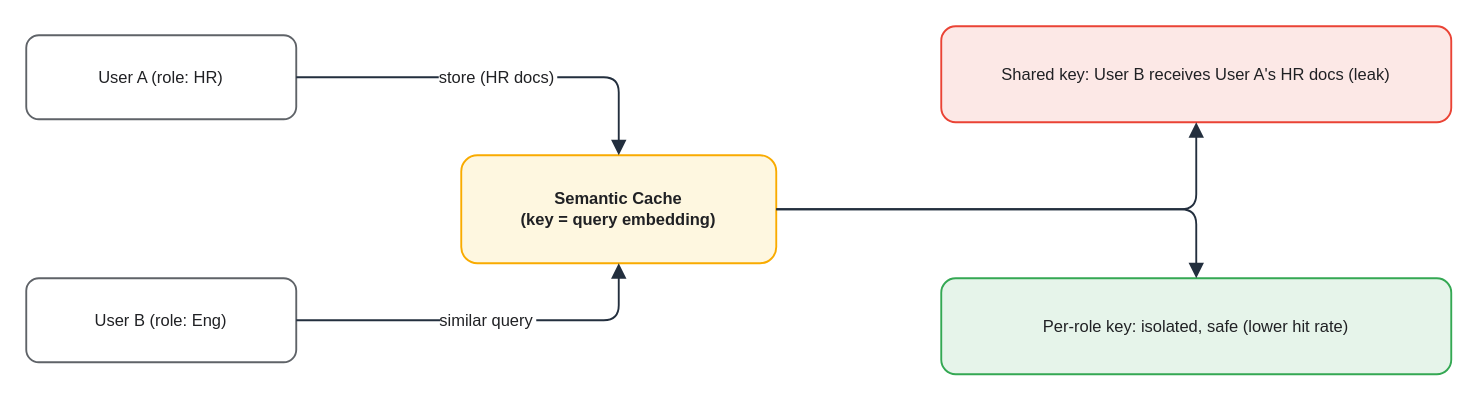
This is assets/img/ai/rag-05-cache-conflict.drawio from KKamJi98/kkamji98.github.io, a draw.io file, before an edit. Source tidied: cells renumbered, new cells numbered last; positions are measured from the earlier drawing's top-left corner, leaving out a move shared by most shapes. Both pictures are drawn from the tidied source at 150%, with x=0, y=0 at pixel (26, 26).
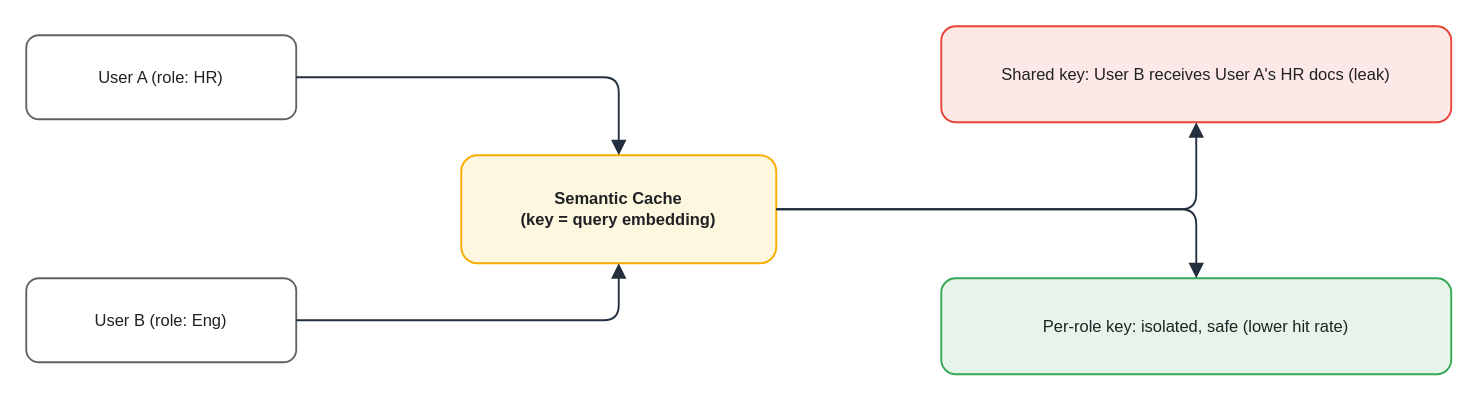
The same page after the edit.

Change to the diagram source:
```diff
@@
 <mxGraphModel background="#FFFFFF">
   <root>
     <mxCell id="0" />
     <mxCell id="1" parent="0" />
     <mxCell id="2" value="User A (role: HR)" style="rounded=1;whiteSpace=wrap;html=0;fillColor=#FFFFFF;strokeColor=#5F6368;shadow=0;fontSize=11;fontColor=#202124;strokeWidth=1.25;" parent="1" vertex="1">
       <mxGeometry y="6" width="180" height="56" as="geometry" />
     </mxCell>
     <mxCell id="3" value="User B (role: Eng)" style="rounded=1;whiteSpace=wrap;html=0;fillColor=#FFFFFF;strokeColor=#5F6368;shadow=0;fontSize=11;fontColor=#202124;strokeWidth=1.25;" parent="1" vertex="1">
       <mxGeometry y="168" width="180" height="56" as="geometry" />
     </mxCell>
     <mxCell id="4" value="Semantic Cache&#10;(key = query embedding)" style="rounded=1;whiteSpace=wrap;html=0;fillColor=#FEF7E0;strokeColor=#F9AB00;shadow=0;fontSize=11;fontColor=#202124;fontStyle=1;strokeWidth=1.25;" parent="1" vertex="1">
       <mxGeometry x="290" y="86" width="210" height="72" as="geometry" />
     </mxCell>
     <mxCell id="5" value="Shared key: User B receives User A's HR docs (leak)" style="rounded=1;whiteSpace=wrap;html=0;fillColor=#FCE8E6;strokeColor=#EA4335;shadow=0;fontSize=11;fontColor=#202124;strokeWidth=1.25;" parent="1" vertex="1">
       <mxGeometry x="610" width="340" height="64" as="geometry" />
     </mxCell>
     <mxCell id="6" value="Per-role key: isolated, safe (lower hit rate)" style="rounded=1;whiteSpace=wrap;html=0;fillColor=#E6F4EA;strokeColor=#34A853;shadow=0;fontSize=11;fontColor=#202124;strokeWidth=1.25;" parent="1" vertex="1">
       <mxGeometry x="610" y="168" width="340" height="64" as="geometry" />
     </mxCell>
-    <mxCell id="7" value="store (HR docs)" style="edgeStyle=orthogonalEdgeStyle;rounded=1;html=0;endArrow=block;strokeColor=#232F3E;fontColor=#202124;fontSize=11;labelBackgroundColor=#FFFFFF;strokeWidth=1.25;endSize=7;" parent="1" edge="1" source="2" target="4">
+    <mxCell id="7" style="edgeStyle=orthogonalEdgeStyle;rounded=1;html=0;endArrow=block;strokeColor=#232F3E;fontColor=#202124;fontSize=11;labelBackgroundColor=none;strokeWidth=1.25;endSize=7;" parent="1" edge="1" source="2" target="4">
       <mxGeometry relative="1" as="geometry" />
     </mxCell>
-    <mxCell id="8" value="similar query" style="edgeStyle=orthogonalEdgeStyle;rounded=1;html=0;endArrow=block;strokeColor=#232F3E;fontColor=#202124;fontSize=11;labelBackgroundColor=#FFFFFF;strokeWidth=1.25;endSize=7;" parent="1" edge="1" source="3" target="4">
+    <mxCell id="8" style="edgeStyle=orthogonalEdgeStyle;rounded=1;html=0;endArrow=block;strokeColor=#232F3E;fontColor=#202124;fontSize=11;labelBackgroundColor=none;strokeWidth=1.25;endSize=7;" parent="1" edge="1" source="3" target="4">
       <mxGeometry relative="1" as="geometry" />
     </mxCell>
     <mxCell id="9" style="edgeStyle=orthogonalEdgeStyle;rounded=1;html=0;endArrow=block;strokeColor=#232F3E;fontColor=#202124;strokeWidth=1.25;endSize=7;" parent="1" edge="1" source="4" target="5">
       <mxGeometry relative="1" as="geometry" />
     </mxCell>
     <mxCell id="10" style="edgeStyle=orthogonalEdgeStyle;rounded=1;html=0;endArrow=block;strokeColor=#232F3E;fontColor=#202124;strokeWidth=1.25;endSize=7;" parent="1" edge="1" source="4" target="6">
       <mxGeometry relative="1" as="geometry" />
     </mxCell>
   </root>
 </mxGraphModel>
```
